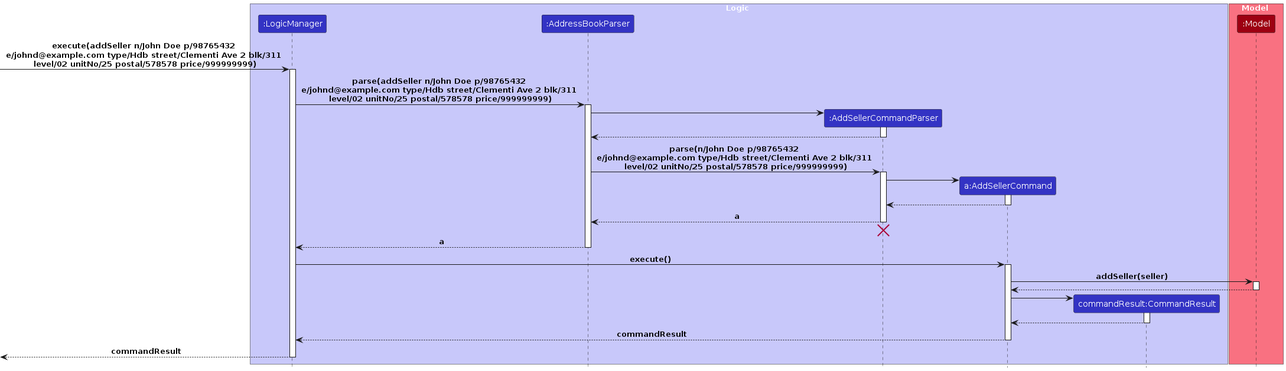
The PlantUML diagram diagrams/AddSellerSequenceDiagram-Logic.png in lokidoki102/tp, before a commit. Its source is kept beside it as diagrams/AddSellerSequenceDiagram-Logic.puml.
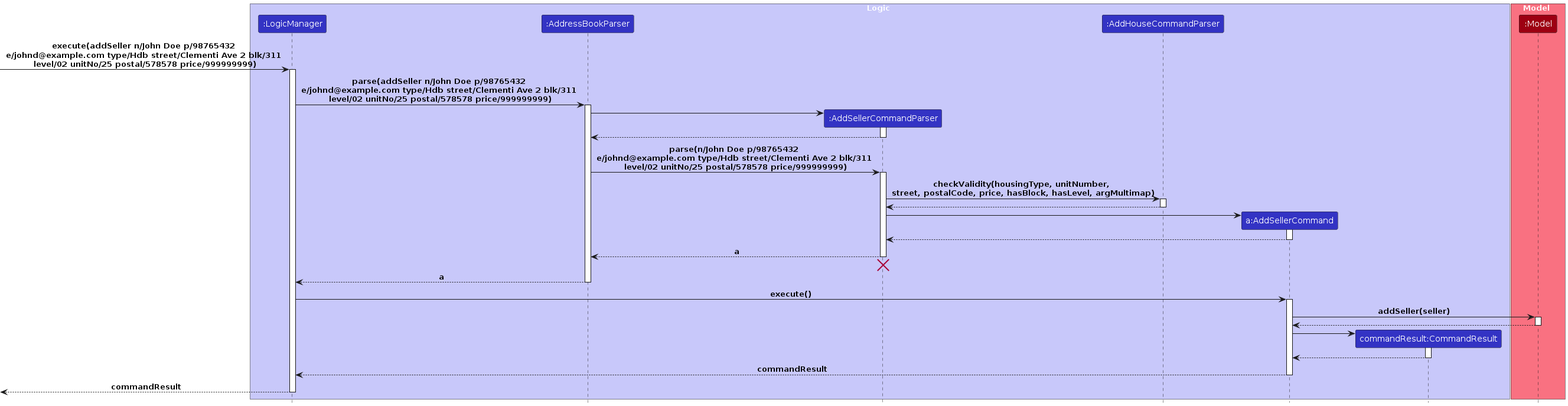
After the change.

The edit, as a diff of the source:
```diff
@@ -5,6 +5,7 @@
 participant ":LogicManager" as LogicManager LOGIC_COLOR
 participant ":AddressBookParser" as AddressBookParser LOGIC_COLOR
 participant ":AddSellerCommandParser" as AddSellerCommandParser LOGIC_COLOR
+participant ":AddHouseCommandParser" as AddHouseCommandParser LOGIC_COLOR
 participant "a:AddSellerCommand" as AddSellerCommand LOGIC_COLOR
 participant "commandResult:CommandResult" as CommandResult LOGIC_COLOR
 end box
@@ -34,6 +35,13 @@
 e/johnd@example.com type/Hdb street/Clementi Ave 2 blk/311 \n\
 level/02 unitNo/25 postal/578578 price/999999999)
 activate AddSellerCommandParser
+
+AddSellerCommandParser -> AddHouseCommandParser : checkValidity(housingType, unitNumber, \n\
+street, postalCode, price, hasBlock, hasLevel, argMultimap)
+activate AddHouseCommandParser
+
+AddHouseCommandParser --> AddSellerCommandParser
+deactivate AddHouseCommandParser
 
 create AddSellerCommand
 AddSellerCommandParser -> AddSellerCommand
```
